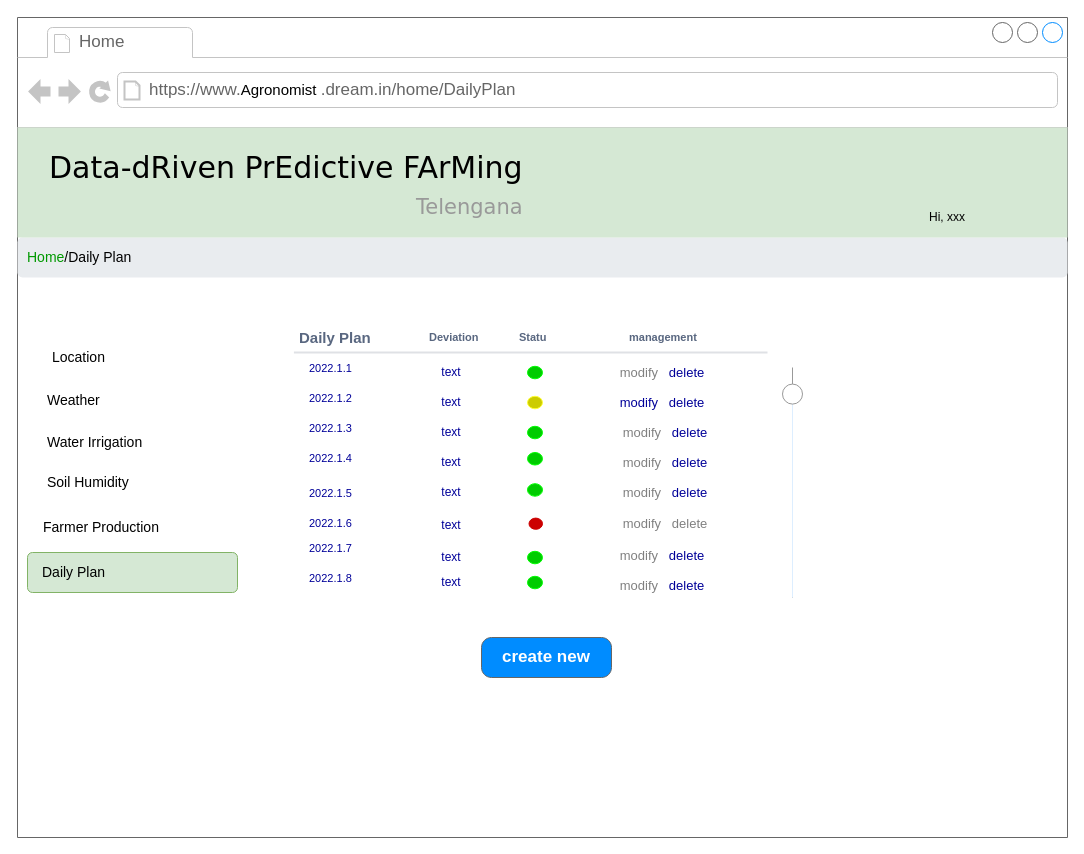
Before: page "ag-dailyplan" (14 of 25) of RASD/diagrams/User Interface.drawio in ictar/DREAM-SE2-Project-2022, a draw.io diagram. Source tidied: cells renumbered, new cells numbered last; positions are measured from the earlier drawing's top-left corner, leaving out a move shared by most shapes. Both pictures are drawn from the tidied source at 100%, with x=0, y=0 at pixel (17, 17).
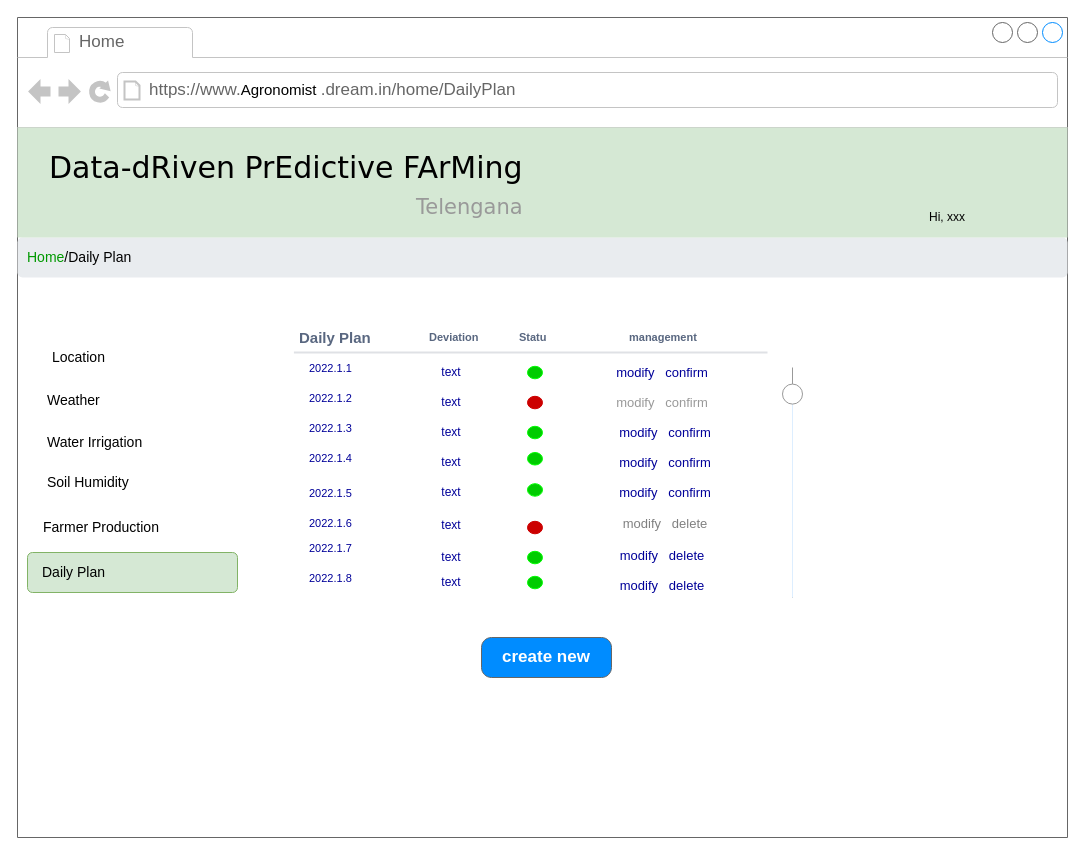
After the change.

Unchanged cells that the change refers to:
```xml
<mxCell id="2" style="strokeWidth=1;shadow=0;dashed=0;align=center;html=1;shape=mxgraph.mockup.containers.browserWindow;rSize=0;strokeColor=none;mainText=,;rounded=0;labelBackgroundColor=none;fontFamily=Verdana;fontSize=12;" parent="1" vertex="1">
  <mxGeometry width="1050" height="820" as="geometry" />
</mxCell>
<mxCell id="13" style="group;" parent="11" vertex="1">
  <mxGeometry width="717.5" height="270" as="geometry" />
</mxCell>
```

Diff of the diagram source:
```diff
@@
-    <mxCell id="20" style="shape=ellipse;fillColor=#CCCC00;strokeColor=#FFFF33;html=1;align=left;spacingLeft=4;fontSize=17;labelPosition=right;shadow=0;" parent="13" vertex="1">
+    <mxCell id="20" style="shape=ellipse;fillColor=#CC0000;strokeColor=#CC0000;html=1;align=left;spacingLeft=4;fontSize=17;labelPosition=right;shadow=0;" parent="13" vertex="1">
       <mxGeometry x="240" y="68.8" width="15" height="12.5" as="geometry" />
     </mxCell>
-    <mxCell id="21" style="shape=ellipse;fillColor=#CC0000;strokeColor=#CC0000;html=1;align=left;spacingLeft=4;fontSize=17;labelPosition=right;shadow=0;" parent="13" vertex="1">
-      <mxGeometry x="241.5" y="190.6" width="13.5" height="11.2" as="geometry" />
-    </mxCell>
@@
-    <mxCell id="38" value="&lt;font color=&quot;#808080&quot;&gt;modify&lt;/font&gt;&amp;nbsp; &amp;nbsp;delete" style="text;html=1;strokeColor=none;fillColor=none;align=center;verticalAlign=middle;whiteSpace=wrap;rounded=0;fontSize=13;fontColor=#000099;" parent="13" vertex="1">
+    <mxCell id="38" value="modify&amp;nbsp; &amp;nbsp;confirm" style="text;html=1;strokeColor=none;fillColor=none;align=center;verticalAlign=middle;whiteSpace=wrap;rounded=0;fontSize=13;fontColor=#000099;" parent="13" vertex="1">
       <mxGeometry x="313.1" y="90" width="130" height="30" as="geometry" />
     </mxCell>
-    <mxCell id="39" value="&lt;font color=&quot;#808080&quot;&gt;modify&lt;/font&gt;&amp;nbsp; &amp;nbsp;delete" style="text;html=1;strokeColor=none;fillColor=none;align=center;verticalAlign=middle;whiteSpace=wrap;rounded=0;fontSize=13;fontColor=#000099;" parent="13" vertex="1">
+    <mxCell id="39" value="modify&amp;nbsp; &amp;nbsp;confirm" style="text;html=1;strokeColor=none;fillColor=none;align=center;verticalAlign=middle;whiteSpace=wrap;rounded=0;fontSize=13;fontColor=#000099;" parent="13" vertex="1">
       <mxGeometry x="313.1" y="120" width="130" height="30" as="geometry" />
     </mxCell>
-    <mxCell id="40" value="&lt;font color=&quot;#808080&quot;&gt;modify&lt;/font&gt;&amp;nbsp; &amp;nbsp;delete" style="text;html=1;strokeColor=none;fillColor=none;align=center;verticalAlign=middle;whiteSpace=wrap;rounded=0;fontSize=13;fontColor=#000099;" parent="13" vertex="1">
+    <mxCell id="40" value="modify&amp;nbsp; &amp;nbsp;confirm" style="text;html=1;strokeColor=none;fillColor=none;align=center;verticalAlign=middle;whiteSpace=wrap;rounded=0;fontSize=13;fontColor=#000099;" parent="13" vertex="1">
       <mxGeometry x="313.1" y="150" width="130" height="30" as="geometry" />
     </mxCell>
+    <mxCell id="58" style="shape=ellipse;fillColor=#CC0000;strokeColor=#CC0000;html=1;align=left;spacingLeft=4;fontSize=17;labelPosition=right;shadow=0;" parent="13" vertex="1">
+      <mxGeometry x="240" y="193.8" width="15" height="12.5" as="geometry" />
+    </mxCell>
@@
-    <mxCell id="53" value="&lt;font color=&quot;#808080&quot;&gt;modify&lt;/font&gt;&amp;nbsp; &amp;nbsp;delete" style="text;html=1;strokeColor=none;fillColor=none;align=center;verticalAlign=middle;whiteSpace=wrap;rounded=0;fontSize=13;fontColor=#000099;" parent="2" vertex="1">
+    <mxCell id="53" value="modify&amp;nbsp; &amp;nbsp;confirm" style="text;html=1;strokeColor=none;fillColor=none;align=center;verticalAlign=middle;whiteSpace=wrap;rounded=0;fontSize=13;fontColor=#000099;" parent="2" vertex="1">
       <mxGeometry x="580" y="340" width="130" height="30" as="geometry" />
     </mxCell>
-    <mxCell id="54" value="modify&amp;nbsp; &amp;nbsp;delete" style="text;html=1;strokeColor=none;fillColor=none;align=center;verticalAlign=middle;whiteSpace=wrap;rounded=0;fontSize=13;fontColor=#000099;" parent="2" vertex="1">
+    <mxCell id="54" value="&lt;font color=&quot;#999999&quot;&gt;modify&amp;nbsp; &amp;nbsp;confirm&lt;/font&gt;" style="text;html=1;strokeColor=none;fillColor=none;align=center;verticalAlign=middle;whiteSpace=wrap;rounded=0;fontSize=13;fontColor=#000099;" parent="2" vertex="1">
       <mxGeometry x="580" y="370" width="130" height="30" as="geometry" />
     </mxCell>
-    <mxCell id="55" value="&lt;font color=&quot;#808080&quot;&gt;modify&lt;/font&gt;&amp;nbsp; &amp;nbsp;delete" style="text;html=1;strokeColor=none;fillColor=none;align=center;verticalAlign=middle;whiteSpace=wrap;rounded=0;fontSize=13;fontColor=#000099;" parent="2" vertex="1">
+    <mxCell id="55" value="modify&amp;nbsp; &amp;nbsp;delete" style="text;html=1;strokeColor=none;fillColor=none;align=center;verticalAlign=middle;whiteSpace=wrap;rounded=0;fontSize=13;fontColor=#000099;" parent="2" vertex="1">
       <mxGeometry x="580" y="522.5" width="130" height="30" as="geometry" />
     </mxCell>
-    <mxCell id="56" value="&lt;font color=&quot;#808080&quot;&gt;modify&lt;/font&gt;&amp;nbsp; &amp;nbsp;delete" style="text;html=1;strokeColor=none;fillColor=none;align=center;verticalAlign=middle;whiteSpace=wrap;rounded=0;fontSize=13;fontColor=#000099;" parent="2" vertex="1">
+    <mxCell id="56" value="modify&amp;nbsp; &amp;nbsp;delete" style="text;html=1;strokeColor=none;fillColor=none;align=center;verticalAlign=middle;whiteSpace=wrap;rounded=0;fontSize=13;fontColor=#000099;" parent="2" vertex="1">
       <mxGeometry x="580" y="552.5" width="130" height="30" as="geometry" />
     </mxCell>
```
